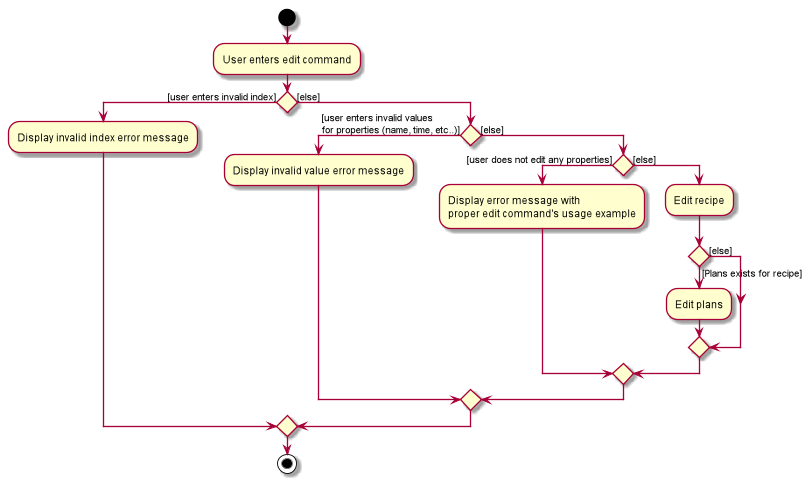
This is docs/images/EditActivityDiagram.png from nus-cs2103-AY1920S2/addressbook-level3, a PlantUML export, as it was before one commit.
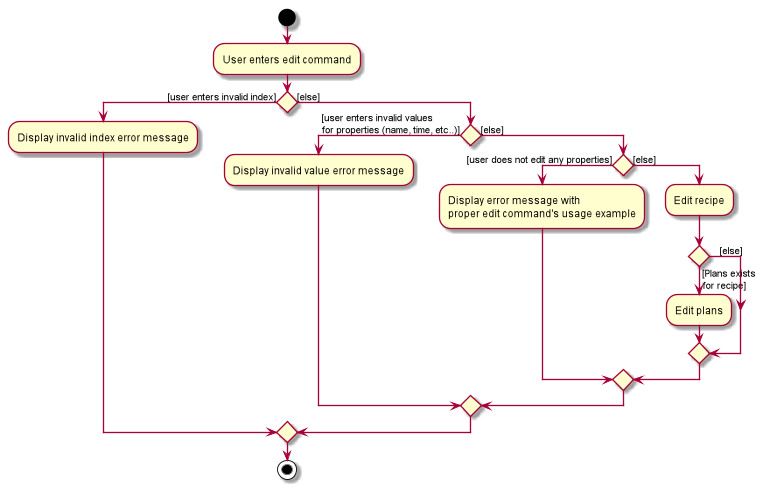
After the change.

Commit message:
Shifted text in diagram

What changed in the source:
```diff
@@ -15,14 +15,13 @@
 
         else ([else])
             :Edit recipe;
-            if () then ([Plans exists for recipe])
+            if () then ([Plans exists \nfor recipe])
                 :Edit plans;
-            else ([else])
+            else (    [else])
             endif
         endif
     endif
 endif
 stop
 
-
 @enduml
```
